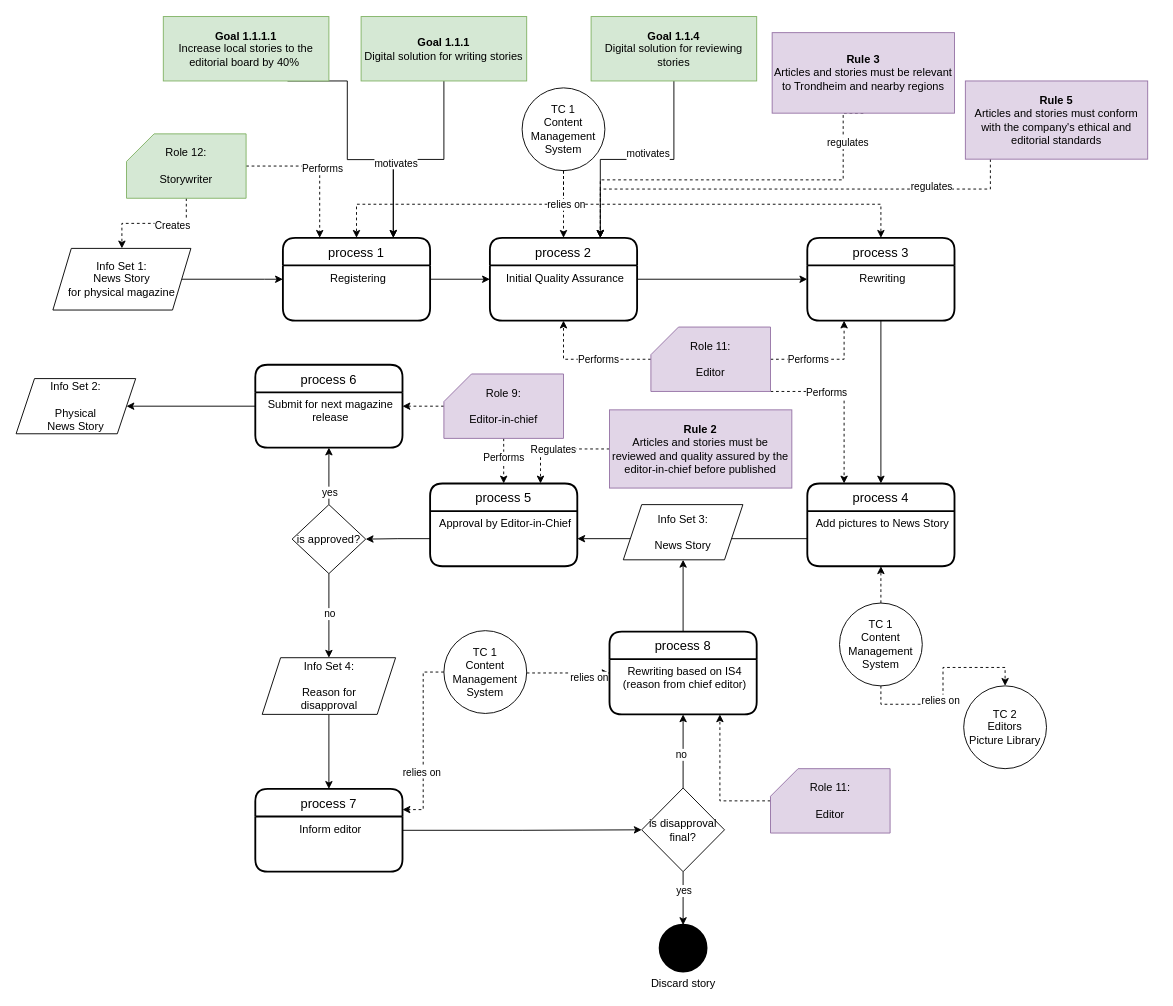
This is TS_business_process_1.drawio from gullskatten/TS-models-4em-archi, a draw.io file, before an edit. Source tidied: cells renumbered, new cells numbered last; positions are measured from the earlier drawing's top-left corner, leaving out a move shared by most shapes. Both pictures are drawn from the tidied source at 92%, with x=0, y=0 at pixel (16, 16).
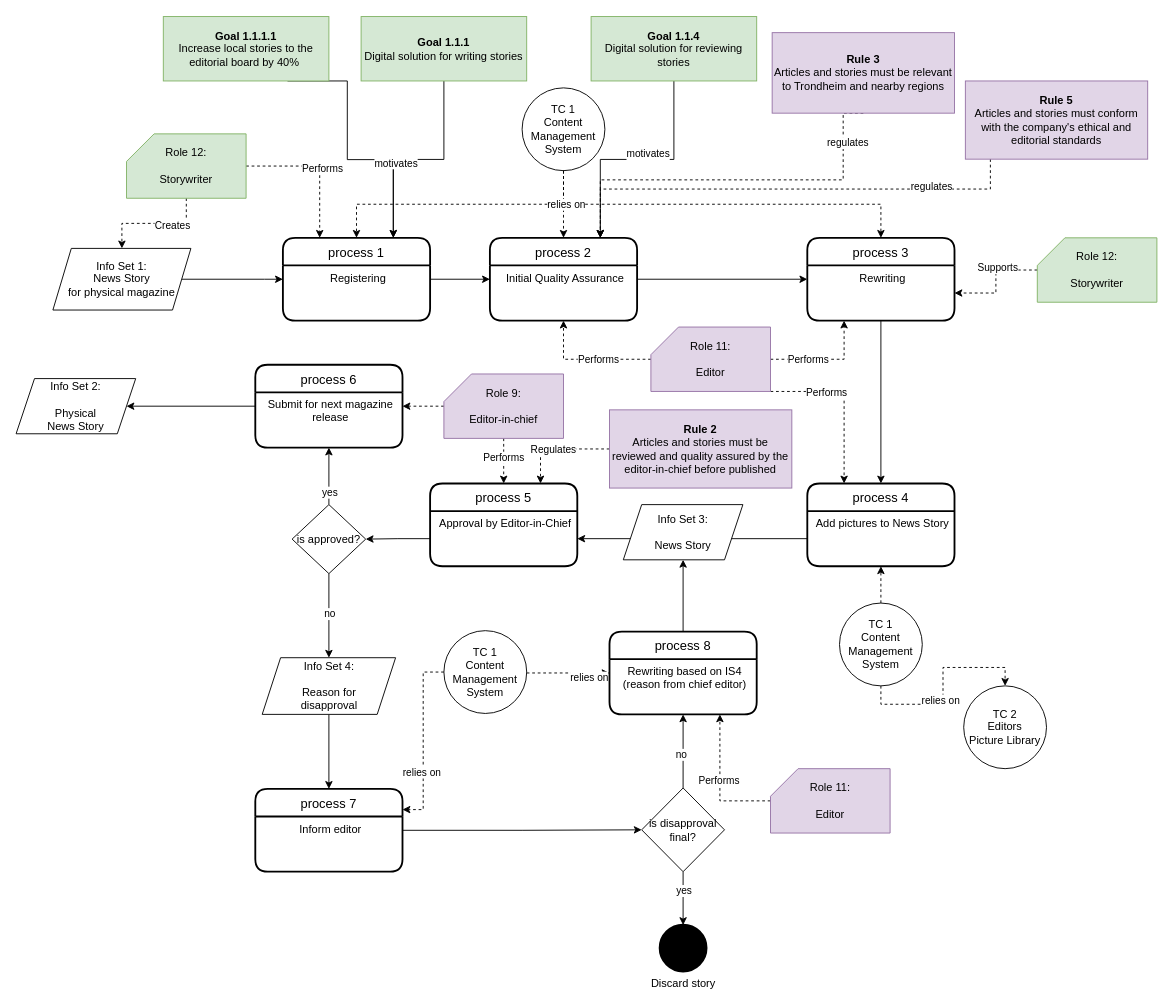
The same diagram, later.

Unchanged cells that the change refers to:
```xml
<mxCell id="28" value="Rewriting" style="align=center;strokeColor=none;fillColor=none;spacingLeft=4;fontSize=12;verticalAlign=top;" parent="27" vertex="1">
  <mxGeometry y="30" width="160" height="60" as="geometry" />
</mxCell>
<mxCell id="74" style="edgeStyle=orthogonalEdgeStyle;rounded=0;jettySize=auto;html=1;entryX=0.75;entryY=1;entryDx=0;entryDy=0;dashed=1;endArrow=classic;endFill=1;" parent="1" edge="1" source="75" target="61">
  <mxGeometry relative="1" as="geometry" />
</mxCell>
```

Change to the diagram source:
```diff
@@
+    <mxCell id="99" value="Performs" style="edgeLabel;html=1;align=center;verticalAlign=middle;" parent="74" vertex="1">
+      <mxGeometry x="-0.26" y="-23" relative="1" as="geometry">
+        <mxPoint x="-25" y="-23" as="offset" />
+      </mxGeometry>
+    </mxCell>
@@
+    <mxCell id="100" style="edgeStyle=orthogonalEdgeStyle;rounded=0;jettySize=auto;html=1;entryX=1;entryY=0.5;entryDx=0;entryDy=0;dashed=1;" parent="1" edge="1" source="102" target="28">
+      <mxGeometry relative="1" as="geometry" />
+    </mxCell>
+    <mxCell id="101" value="Supports" style="edgeLabel;html=1;align=center;verticalAlign=middle;" parent="100" vertex="1">
+      <mxGeometry x="-0.23" y="-3" relative="1" as="geometry" />
+    </mxCell>
+    <mxCell id="102" value="Role 12:&lt;br&gt;&lt;br&gt;Storywriter" style="shape=card;whiteSpace=wrap;html=1;fillColor=#d5e8d4;strokeColor=#82b366;" parent="1" vertex="1">
+      <mxGeometry x="1110" y="241" width="130" height="70" as="geometry" />
+    </mxCell>
```
